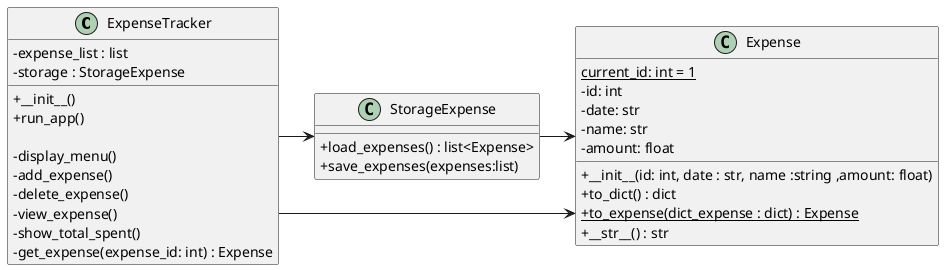
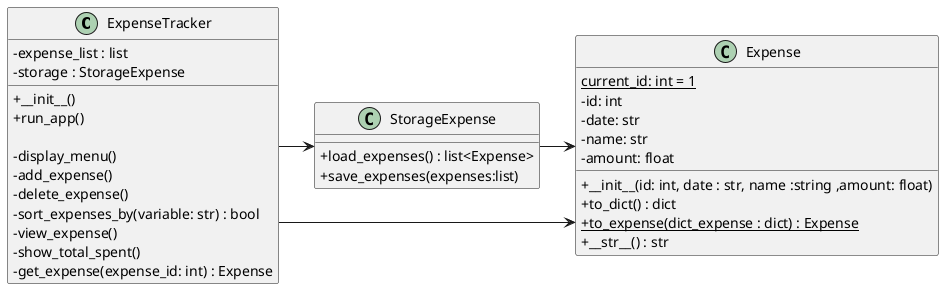
@startuml Class diagram
'https://plantuml.com/class-diagram

skinparam classAttributeIconSize 0
top to bottom direction
skinparam linetype ortho


class ExpenseTracker {

    - expense_list : list
    - storage : StorageExpense

    + __init__()
    + run_app()

    - display_menu()
    - add_expense()
    - delete_expense()
+     - sort_expenses_by(variable: str) : bool
    - view_expense()
    - show_total_spent()
    - get_expense(expense_id: int) : Expense
}

class Expense {

    {static} current_id: int = 1
    - id: int
    - date: str
    - name: str
    - amount: float

    + __init__(id: int, date : str, name :string ,amount: float)
    + to_dict() : dict
    {static} + to_expense(dict_expense : dict) : Expense
    + __str__() : str


}

class StorageExpense {

    + load_expenses() : list<Expense>
    + save_expenses(expenses:list)
}

ExpenseTracker -> Expense
ExpenseTracker -> StorageExpense
StorageExpense -> Expense

@enduml